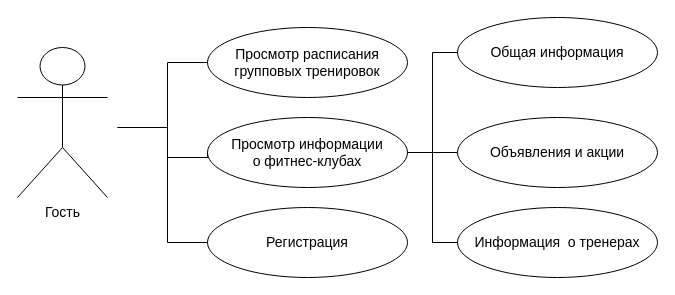
This is page "guest" (4 of 4) of img/usecase.drawio from Ananasiika/FlexAirFit, a draw.io file, before an edit. Source tidied: cells renumbered, new cells numbered last; positions are measured from the earlier drawing's top-left corner, leaving out a move shared by most shapes. Both pictures are drawn from the tidied source at 100%, with x=0, y=0 at pixel (17, 17).
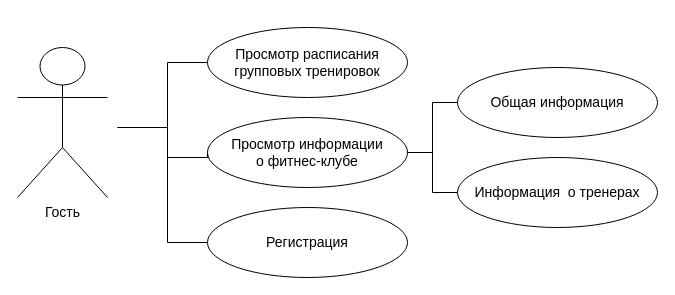
The same page after the edit.

Diff of the diagram source:
```diff
@@
-    <mxCell id="5" value="Просмотр информации&lt;br&gt;о фитнес-клубах" style="ellipse;whiteSpace=wrap;html=1;fontSize=14;" parent="1" vertex="1">
+    <mxCell id="5" value="Просмотр информации&lt;br&gt;о фитнес-клубе" style="ellipse;whiteSpace=wrap;html=1;fontSize=14;" parent="1" vertex="1">
       <mxGeometry x="190" y="100" width="200" height="70" as="geometry" />
     </mxCell>
@@
-    <mxCell id="7" value="Объявления и акции" style="ellipse;whiteSpace=wrap;html=1;fontSize=14;" parent="1" vertex="1">
-      <mxGeometry x="440" y="100" width="200" height="70" as="geometry" />
-    </mxCell>
     <mxCell id="8" value="Общая информация" style="ellipse;whiteSpace=wrap;html=1;fontSize=14;" parent="1" vertex="1">
-      <mxGeometry x="440" width="200" height="70" as="geometry" />
+      <mxGeometry x="440" y="50" width="200" height="70" as="geometry" />
     </mxCell>
@@
-    <mxCell id="10" style="endArrow=none;html=1;rounded=0;entryX=0;entryY=0.5;entryDx=0;entryDy=0;exitX=1;exitY=0.5;exitDx=0;exitDy=0;edgeStyle=orthogonalEdgeStyle;" parent="1" edge="1" source="5" target="7">
-      <mxGeometry relative="1" as="geometry" />
-    </mxCell>
     <mxCell id="11" value="Информация&amp;nbsp; о тренерах" style="ellipse;whiteSpace=wrap;html=1;fontSize=14;" parent="1" vertex="1">
-      <mxGeometry x="440" y="190" width="200" height="70" as="geometry" />
+      <mxGeometry x="440" y="140" width="200" height="70" as="geometry" />
     </mxCell>
```
